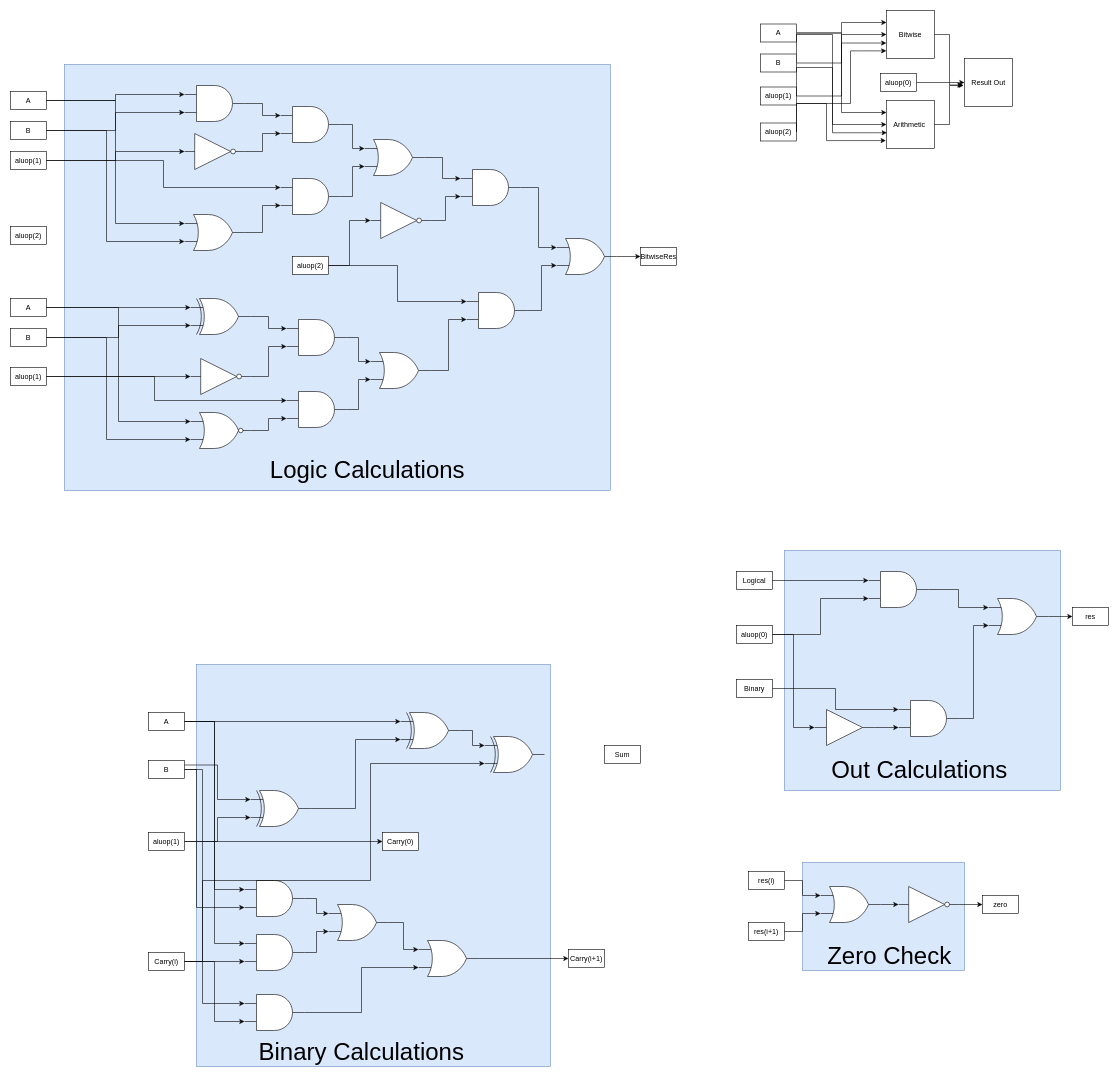
Earlier version of the draw.io diagram HAD_CW.drawio (AHES03/HardwareCW). Source tidied: cells renumbered, new cells numbered last; positions are measured from the earlier drawing's top-left corner, leaving out a move shared by most shapes. Both pictures are drawn from the tidied source at 60%, with x=0, y=0 at pixel (10, 10).
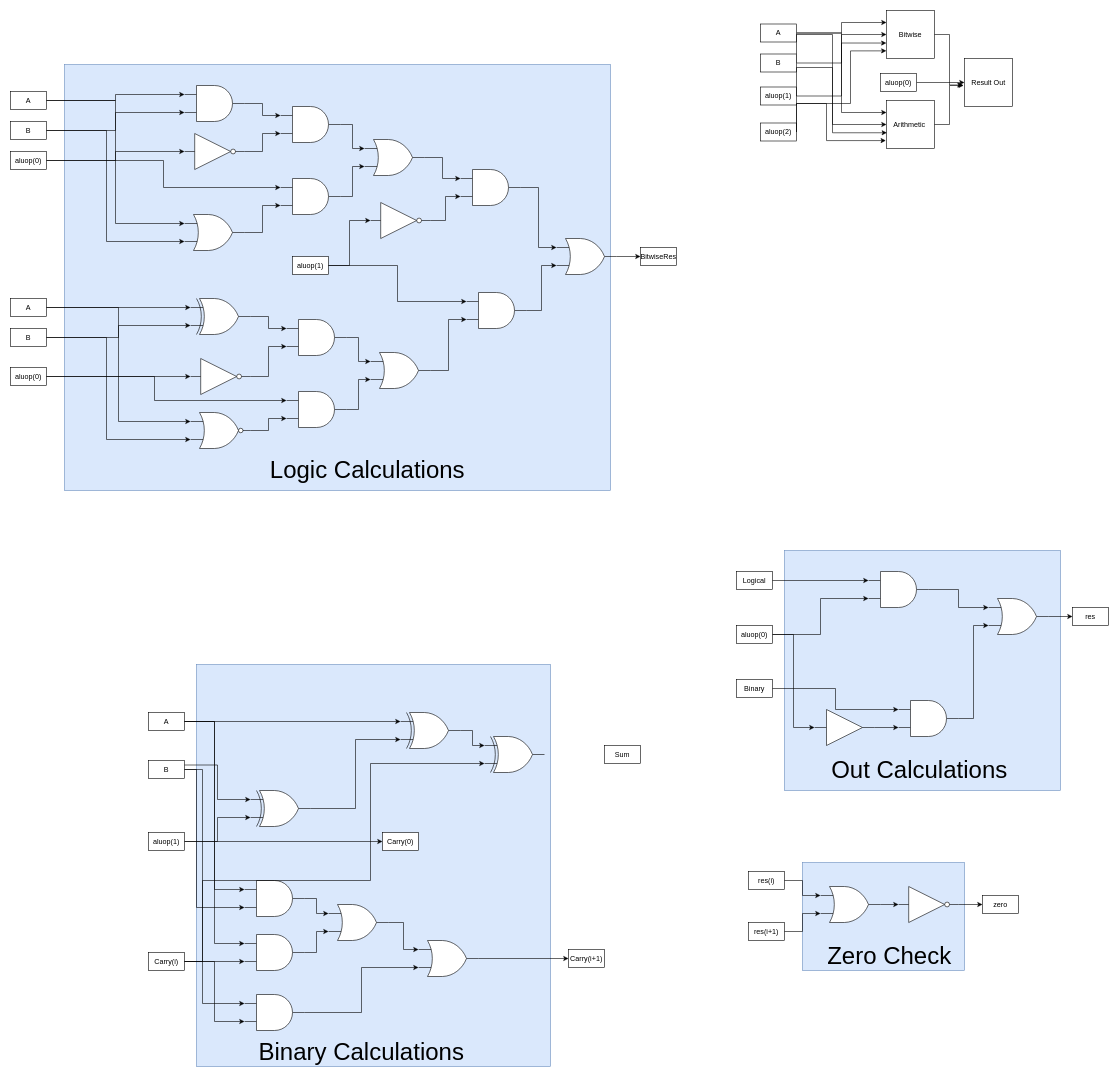
The same page after the edit.

Diff of the diagram source:
```diff
@@
-    <mxCell id="6" value="aluop(1)" style="whiteSpace=wrap;html=1;" parent="1" vertex="1">
+    <mxCell id="6" value="aluop(0)" style="whiteSpace=wrap;html=1;" parent="1" vertex="1">
       <mxGeometry y="235" width="60" height="30" as="geometry" />
     </mxCell>
-    <mxCell id="7" value="aluop(2)" style="whiteSpace=wrap;html=1;" parent="1" vertex="1">
-      <mxGeometry y="360" width="60" height="30" as="geometry" />
-    </mxCell>
@@
-    <mxCell id="91" value="aluop(1)" style="whiteSpace=wrap;html=1;" parent="1" vertex="1">
+    <mxCell id="91" value="aluop(0)" style="whiteSpace=wrap;html=1;" parent="1" vertex="1">
       <mxGeometry y="595" width="60" height="30" as="geometry" />
     </mxCell>
@@
-    <mxCell id="128" value="aluop(2)" style="whiteSpace=wrap;html=1;" parent="1" vertex="1">
+    <mxCell id="128" value="aluop(1)" style="whiteSpace=wrap;html=1;" parent="1" vertex="1">
       <mxGeometry x="470" y="410" width="60" height="30" as="geometry" />
     </mxCell>
```
